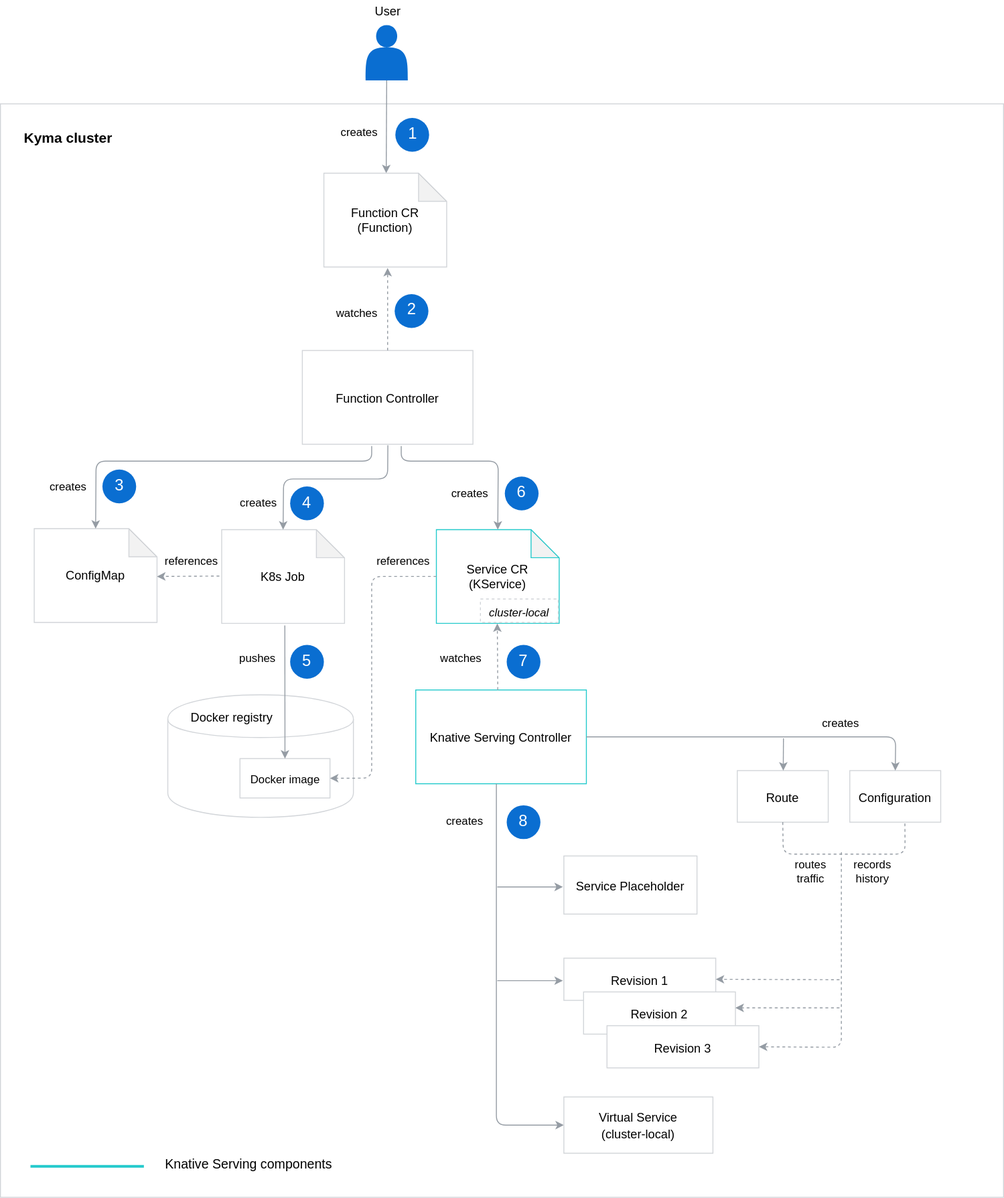
The draw.io diagram docs/serverless/assets/serverless-architecture.svg in kyma-project/kyma, before a commit. Source tidied: cells renumbered, new cells last; positions are measured from the earlier drawing's top-left corner, leaving out a move shared by most shapes.
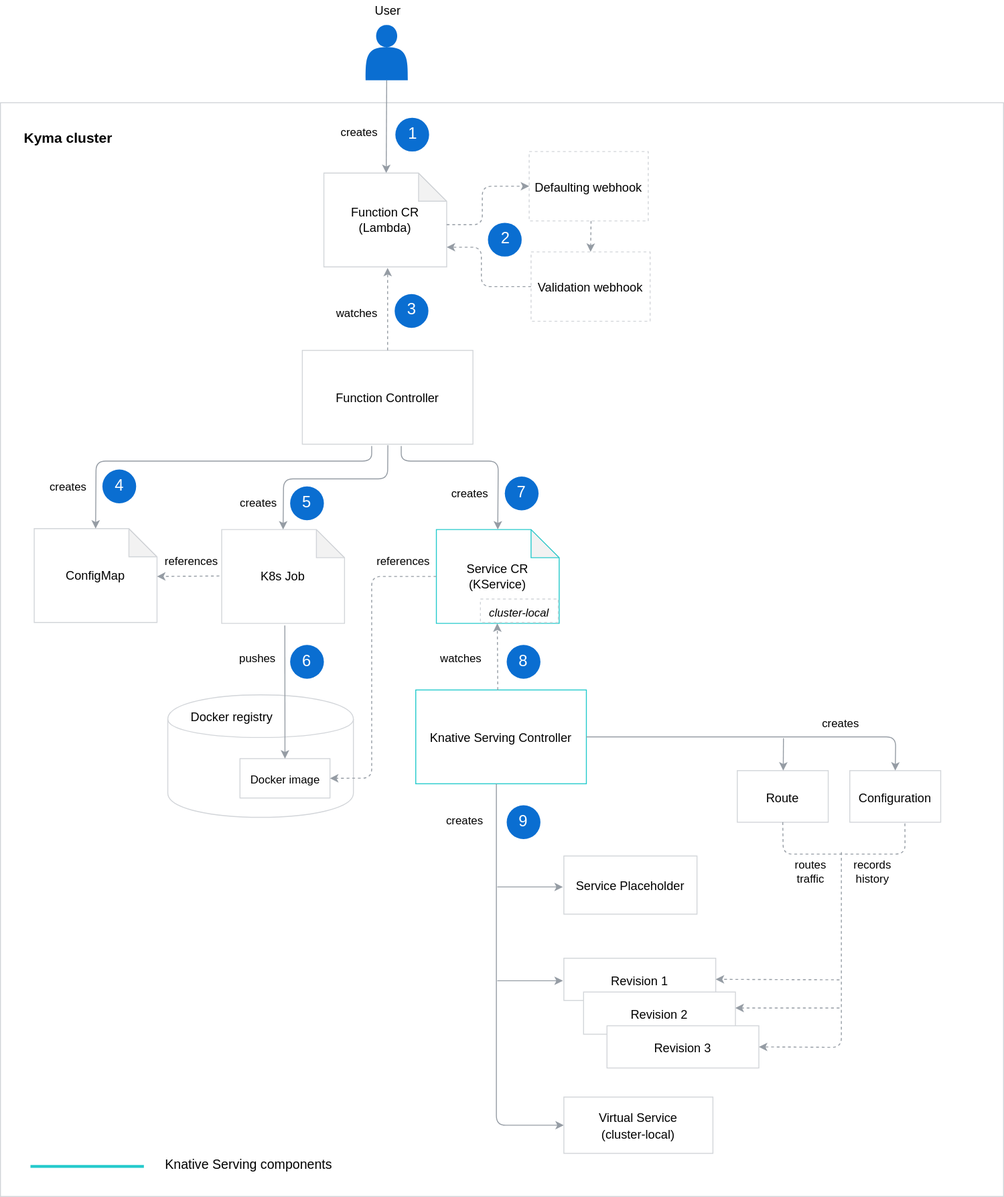
Later version of the same file.

Commit message:
Add info on defaulting and validation webhooks

The edit, as a diff of the source:
```diff
@@ -3,7 +3,7 @@
     <mxCell id="0" />
     <mxCell id="1" parent="0" />
     <mxCell id="2" value="&lt;font style=&quot;font-size: 13px&quot;&gt;&lt;br&gt;&lt;/font&gt;" style="rounded=0;whiteSpace=wrap;html=1;labelBackgroundColor=none;strokeColor=#D2D5D9;strokeWidth=1;fillColor=#FFFFFF;gradientColor=none;fontFamily=Helvetica;fontSize=15;fontColor=#000000;" parent="1" vertex="1">
-      <mxGeometry y="110" width="1070" height="1166" as="geometry" />
+      <mxGeometry y="109" width="1070" height="1166" as="geometry" />
     </mxCell>
     <mxCell id="3" value="&lt;font style=&quot;font-size: 15px;&quot;&gt;&lt;b style=&quot;font-size: 15px;&quot;&gt;Kyma cluster&lt;/b&gt;&lt;/font&gt;" style="text;html=1;strokeColor=none;fillColor=none;align=center;verticalAlign=middle;whiteSpace=wrap;rounded=0;fontSize=15;" parent="1" vertex="1">
       <mxGeometry x="20.8" y="131" width="103" height="30" as="geometry" />
@@ -152,22 +152,22 @@
     <mxCell id="41" value="&lt;font style=&quot;font-size: 17px&quot; color=&quot;#ffffff&quot;&gt;1&lt;/font&gt;" style="text;html=1;strokeColor=none;fillColor=none;align=center;verticalAlign=middle;whiteSpace=wrap;rounded=0;labelBackgroundColor=none;fontFamily=Helvetica;fontSize=15;fontColor=#000000;" parent="1" vertex="1">
       <mxGeometry x="432.2" y="136.5" width="16" height="13" as="geometry" />
     </mxCell>
-    <mxCell id="42" value="&lt;font style=&quot;font-size: 17px&quot; color=&quot;#ffffff&quot;&gt;2&lt;/font&gt;" style="text;html=1;strokeColor=none;fillColor=none;align=center;verticalAlign=middle;whiteSpace=wrap;rounded=0;labelBackgroundColor=none;fontFamily=Helvetica;fontSize=15;fontColor=#000000;" parent="1" vertex="1">
+    <mxCell id="42" value="&lt;font style=&quot;font-size: 17px&quot; color=&quot;#ffffff&quot;&gt;3&lt;/font&gt;" style="text;html=1;strokeColor=none;fillColor=none;align=center;verticalAlign=middle;whiteSpace=wrap;rounded=0;labelBackgroundColor=none;fontFamily=Helvetica;fontSize=15;fontColor=#000000;" parent="1" vertex="1">
       <mxGeometry x="430.5" y="323" width="16" height="13" as="geometry" />
     </mxCell>
-    <mxCell id="43" value="&lt;font style=&quot;font-size: 17px&quot; color=&quot;#ffffff&quot;&gt;3&lt;/font&gt;" style="text;html=1;strokeColor=none;fillColor=none;align=center;verticalAlign=middle;whiteSpace=wrap;rounded=0;labelBackgroundColor=none;fontFamily=Helvetica;fontSize=15;fontColor=#000000;" parent="1" vertex="1">
+    <mxCell id="43" value="&lt;font style=&quot;font-size: 17px&quot; color=&quot;#ffffff&quot;&gt;4&lt;/font&gt;" style="text;html=1;strokeColor=none;fillColor=none;align=center;verticalAlign=middle;whiteSpace=wrap;rounded=0;labelBackgroundColor=none;fontFamily=Helvetica;fontSize=15;fontColor=#000000;" parent="1" vertex="1">
       <mxGeometry x="118.8" y="511.5" width="16" height="13" as="geometry" />
     </mxCell>
-    <mxCell id="44" value="&lt;font style=&quot;font-size: 17px&quot; color=&quot;#ffffff&quot;&gt;4&lt;/font&gt;" style="text;html=1;strokeColor=none;fillColor=none;align=center;verticalAlign=middle;whiteSpace=wrap;rounded=0;labelBackgroundColor=none;fontFamily=Helvetica;fontSize=15;fontColor=#000000;" parent="1" vertex="1">
+    <mxCell id="44" value="&lt;font style=&quot;font-size: 17px&quot; color=&quot;#ffffff&quot;&gt;5&lt;/font&gt;" style="text;html=1;strokeColor=none;fillColor=none;align=center;verticalAlign=middle;whiteSpace=wrap;rounded=0;labelBackgroundColor=none;fontFamily=Helvetica;fontSize=15;fontColor=#000000;" parent="1" vertex="1">
       <mxGeometry x="319" y="528" width="16" height="16.5" as="geometry" />
     </mxCell>
-    <mxCell id="45" value="&lt;font style=&quot;font-size: 17px&quot; color=&quot;#ffffff&quot;&gt;8&lt;/font&gt;" style="text;html=1;strokeColor=none;fillColor=none;align=center;verticalAlign=middle;whiteSpace=wrap;rounded=0;labelBackgroundColor=none;fontFamily=Helvetica;fontSize=15;fontColor=#000000;" parent="1" vertex="1">
+    <mxCell id="45" value="&lt;font style=&quot;font-size: 17px&quot; color=&quot;#ffffff&quot;&gt;9&lt;/font&gt;" style="text;html=1;strokeColor=none;fillColor=none;align=center;verticalAlign=middle;whiteSpace=wrap;rounded=0;labelBackgroundColor=none;fontFamily=Helvetica;fontSize=15;fontColor=#000000;" parent="1" vertex="1">
       <mxGeometry x="550" y="869.5" width="16" height="13" as="geometry" />
     </mxCell>
-    <mxCell id="46" value="&lt;font style=&quot;font-size: 17px&quot; color=&quot;#ffffff&quot;&gt;7&lt;/font&gt;" style="text;html=1;strokeColor=none;fillColor=none;align=center;verticalAlign=middle;whiteSpace=wrap;rounded=0;labelBackgroundColor=none;fontFamily=Helvetica;fontSize=15;fontColor=#000000;" parent="1" vertex="1">
+    <mxCell id="46" value="&lt;font style=&quot;font-size: 17px&quot; color=&quot;#ffffff&quot;&gt;8&lt;/font&gt;" style="text;html=1;strokeColor=none;fillColor=none;align=center;verticalAlign=middle;whiteSpace=wrap;rounded=0;labelBackgroundColor=none;fontFamily=Helvetica;fontSize=15;fontColor=#000000;" parent="1" vertex="1">
       <mxGeometry x="550" y="698.5" width="16" height="13" as="geometry" />
     </mxCell>
-    <mxCell id="47" value="&lt;font style=&quot;font-size: 17px&quot; color=&quot;#ffffff&quot;&gt;6&lt;/font&gt;" style="text;html=1;strokeColor=none;fillColor=none;align=center;verticalAlign=middle;whiteSpace=wrap;rounded=0;labelBackgroundColor=none;fontFamily=Helvetica;fontSize=15;fontColor=#000000;" parent="1" vertex="1">
+    <mxCell id="47" value="&lt;font style=&quot;font-size: 17px&quot; color=&quot;#ffffff&quot;&gt;7&lt;/font&gt;" style="text;html=1;strokeColor=none;fillColor=none;align=center;verticalAlign=middle;whiteSpace=wrap;rounded=0;labelBackgroundColor=none;fontFamily=Helvetica;fontSize=15;fontColor=#000000;" parent="1" vertex="1">
       <mxGeometry x="548" y="518.5" width="16" height="13" as="geometry" />
     </mxCell>
     <mxCell id="48" style="endArrow=none;html=1;strokeColor=#24CACC;strokeWidth=3;" parent="1" edge="1">
@@ -254,7 +254,7 @@
     <mxCell id="65" style="ellipse;whiteSpace=wrap;html=1;labelBackgroundColor=none;strokeColor=none;strokeWidth=1;fillColor=#0A6ED1;gradientColor=none;fontFamily=Helvetica;fontSize=15;fontColor=#000000;" parent="1" vertex="1">
       <mxGeometry x="309" y="687" width="36" height="36" as="geometry" />
     </mxCell>
-    <mxCell id="66" value="&lt;font style=&quot;font-size: 17px&quot; color=&quot;#ffffff&quot;&gt;5&lt;/font&gt;" style="text;html=1;strokeColor=none;fillColor=none;align=center;verticalAlign=middle;whiteSpace=wrap;rounded=0;labelBackgroundColor=none;fontFamily=Helvetica;fontSize=15;fontColor=#000000;" parent="1" vertex="1">
+    <mxCell id="66" value="&lt;font style=&quot;font-size: 17px&quot; color=&quot;#ffffff&quot;&gt;6&lt;/font&gt;" style="text;html=1;strokeColor=none;fillColor=none;align=center;verticalAlign=middle;whiteSpace=wrap;rounded=0;labelBackgroundColor=none;fontFamily=Helvetica;fontSize=15;fontColor=#000000;" parent="1" vertex="1">
       <mxGeometry x="319" y="698.5" width="16" height="13" as="geometry" />
     </mxCell>
     <mxCell id="67" style="endArrow=classic;html=1;strokeColor=#959CA4;strokeWidth=1;fontFamily=Helvetica;fontSize=15;fontColor=#000000;entryX=0.5;entryY=0;entryDx=0;entryDy=0;entryPerimeter=0;" parent="1" edge="1" target="63">
@@ -283,5 +283,38 @@
         <mxPoint x="303.4" y="666.2" as="sourcePoint" />
       </mxGeometry>
     </mxCell>
+    <mxCell id="72" value="&lt;font style=&quot;font-size: 13px&quot;&gt;Defaulting webhook&lt;/font&gt;" style="rounded=0;whiteSpace=wrap;html=1;labelBackgroundColor=none;strokeColor=#D2D5D9;strokeWidth=1;fillColor=#FFFFFF;gradientColor=none;fontFamily=Helvetica;fontSize=15;fontColor=#000000;dashed=1;" parent="1" vertex="1">
+      <mxGeometry x="564" y="161" width="127" height="74" as="geometry" />
+    </mxCell>
+    <mxCell id="73" value="&lt;font style=&quot;font-size: 13px&quot;&gt;Validation webhook&lt;/font&gt;" style="rounded=0;whiteSpace=wrap;html=1;labelBackgroundColor=none;strokeColor=#D2D5D9;strokeWidth=1;fillColor=#FFFFFF;gradientColor=none;fontFamily=Helvetica;fontSize=15;fontColor=#000000;dashed=1;" parent="1" vertex="1">
+      <mxGeometry x="566" y="268" width="127" height="74" as="geometry" />
+    </mxCell>
+    <mxCell id="74" style="endArrow=classic;html=1;strokeColor=#959CA4;strokeWidth=1;fontFamily=Helvetica;fontSize=15;fontColor=#000000;exitX=1;exitY=0.55;exitDx=0;exitDy=0;dashed=1;exitPerimeter=0;entryX=0;entryY=0.5;entryDx=0;entryDy=0;" parent="1" edge="1" source="9" target="72">
+      <mxGeometry relative="1" as="geometry">
+        <Array as="points">
+          <mxPoint x="514" y="239" />
+          <mxPoint x="514" y="198" />
+        </Array>
+      </mxGeometry>
+    </mxCell>
+    <mxCell id="75" style="endArrow=classic;html=1;strokeColor=#959CA4;strokeWidth=1;fontFamily=Helvetica;fontSize=15;fontColor=#000000;dashed=1;entryX=0.5;entryY=0;entryDx=0;entryDy=0;" parent="1" edge="1" target="73">
+      <mxGeometry relative="1" as="geometry">
+        <mxPoint x="630" y="235" as="sourcePoint" />
+      </mxGeometry>
+    </mxCell>
+    <mxCell id="76" style="endArrow=classic;html=1;strokeColor=#959CA4;strokeWidth=1;fontFamily=Helvetica;fontSize=15;fontColor=#000000;exitX=0;exitY=0.5;exitDx=0;exitDy=0;dashed=1;entryX=1;entryY=0.79;entryDx=0;entryDy=0;entryPerimeter=0;" parent="1" edge="1" source="73" target="9">
+      <mxGeometry relative="1" as="geometry">
+        <Array as="points">
+          <mxPoint x="513" y="305" />
+          <mxPoint x="513" y="263" />
+        </Array>
+      </mxGeometry>
+    </mxCell>
+    <mxCell id="77" style="ellipse;whiteSpace=wrap;html=1;labelBackgroundColor=none;strokeColor=none;strokeWidth=1;fillColor=#0A6ED1;gradientColor=none;fontFamily=Helvetica;fontSize=15;fontColor=#000000;" parent="1" vertex="1">
+      <mxGeometry x="520" y="237" width="36" height="36" as="geometry" />
+    </mxCell>
+    <mxCell id="78" value="&lt;font style=&quot;font-size: 17px&quot; color=&quot;#ffffff&quot;&gt;2&lt;/font&gt;" style="text;html=1;strokeColor=none;fillColor=none;align=center;verticalAlign=middle;whiteSpace=wrap;rounded=0;labelBackgroundColor=none;fontFamily=Helvetica;fontSize=15;fontColor=#000000;" parent="1" vertex="1">
+      <mxGeometry x="531" y="247.5" width="16" height="13" as="geometry" />
+    </mxCell>
   </root>
 </mxGraphModel>
```
